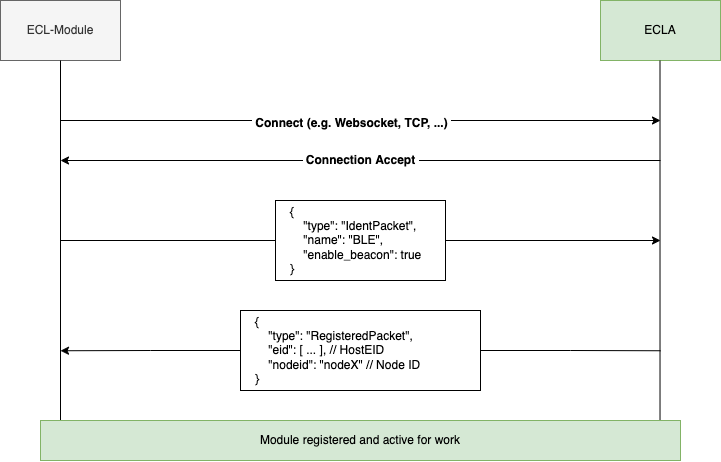
Above: doc/ecla_reg.drawio.png in dtn7/dtn7-rs (draw.io), before the change. Source tidied: cells renumbered, new cells last; positions are measured from the earlier drawing's top-left corner, leaving out a move shared by most shapes. Its diagram source:
```xml
<mxGraphModel>
  <root>
    <mxCell id="0" />
    <mxCell id="1" parent="0" />
    <mxCell id="2" value="ECL-Module" style="rounded=0;whiteSpace=wrap;html=1;fillColor=#f5f5f5;fontColor=#333333;strokeColor=#666666;" parent="1" vertex="1">
      <mxGeometry width="120" height="60" as="geometry" />
    </mxCell>
    <mxCell id="3" value="ECLA" style="rounded=0;whiteSpace=wrap;html=1;fillColor=#d5e8d4;strokeColor=#82b366;" parent="1" vertex="1">
      <mxGeometry x="600" width="120" height="60" as="geometry" />
    </mxCell>
    <mxCell id="4" style="endArrow=none;html=1;rounded=0;fontSize=12;" parent="1" edge="1">
      <mxGeometry relative="1" as="geometry">
        <mxPoint x="60" y="460" as="sourcePoint" />
        <mxPoint x="60" y="60" as="targetPoint" />
      </mxGeometry>
    </mxCell>
    <mxCell id="5" style="endArrow=none;html=1;rounded=0;fontSize=12;exitX=0.968;exitY=0;exitDx=0;exitDy=0;exitPerimeter=0;" parent="1" edge="1" source="12">
      <mxGeometry relative="1" as="geometry">
        <mxPoint x="659.5" y="60" as="targetPoint" />
      </mxGeometry>
    </mxCell>
    <mxCell id="6" style="endArrow=classic;html=1;rounded=0;fontSize=12;" parent="1" edge="1">
      <mxGeometry relative="1" as="geometry">
        <mxPoint x="60" y="120" as="sourcePoint" />
        <mxPoint x="660" y="120" as="targetPoint" />
      </mxGeometry>
    </mxCell>
    <mxCell id="7" value="&amp;nbsp;Connect (e.g. Websocket, TCP, ...)&amp;nbsp;" style="edgeLabel;html=1;align=center;verticalAlign=middle;fontSize=12;fontStyle=1;" parent="6" vertex="1">
      <mxGeometry x="-0.03" y="-2" relative="1" as="geometry" />
    </mxCell>
    <mxCell id="8" value="&amp;nbsp;Connection Accept&amp;nbsp;" style="endArrow=classic;html=1;rounded=0;fontSize=12;fontStyle=1;" parent="1" edge="1">
      <mxGeometry relative="1" as="geometry">
        <mxPoint x="660" y="160" as="sourcePoint" />
        <mxPoint x="60" y="160" as="targetPoint" />
      </mxGeometry>
    </mxCell>
    <mxCell id="9" style="endArrow=classic;html=1;rounded=0;fontSize=12;startArrow=none;" parent="1" edge="1" source="10">
      <mxGeometry relative="1" as="geometry">
        <mxPoint x="660" y="240" as="targetPoint" />
      </mxGeometry>
    </mxCell>
    <mxCell id="10" value="{&lt;br&gt;&amp;nbsp; &amp;nbsp; &quot;type&quot;: &quot;IdentPacket&quot;,&lt;br&gt;&amp;nbsp; &amp;nbsp; &quot;name&quot;: &quot;BLE&quot;,&lt;br&gt;&amp;nbsp; &amp;nbsp; &quot;enable_beacon&quot;: true&lt;br&gt;}" style="rounded=0;whiteSpace=wrap;html=1;labelBackgroundColor=none;labelBorderColor=none;fontSize=12;strokeColor=default;fillColor=default;gradientColor=none;align=left;verticalAlign=middle;spacing=15;" parent="1" vertex="1">
      <mxGeometry x="275" y="200" width="170" height="80" as="geometry" />
    </mxCell>
    <mxCell id="11" style="endArrow=none;html=1;rounded=0;fontSize=12;" parent="1" edge="1" target="10">
      <mxGeometry relative="1" as="geometry">
        <mxPoint x="60" y="240" as="sourcePoint" />
      </mxGeometry>
    </mxCell>
    <mxCell id="12" value="Module registered and active for work" style="rounded=0;whiteSpace=wrap;html=1;labelBackgroundColor=none;labelBorderColor=none;fontSize=12;strokeColor=#82b366;fillColor=#d5e8d4;align=center;verticalAlign=middle;" parent="1" vertex="1">
      <mxGeometry x="40" y="420" width="640" height="40" as="geometry" />
    </mxCell>
    <mxCell id="13" style="edgeStyle=orthogonalEdgeStyle;rounded=0;jettySize=auto;html=1;exitX=0;exitY=0.5;exitDx=0;exitDy=0;" parent="1" edge="1" source="15">
      <mxGeometry relative="1" as="geometry">
        <mxPoint x="60" y="350.2" as="targetPoint" />
      </mxGeometry>
    </mxCell>
    <mxCell id="14" style="edgeStyle=orthogonalEdgeStyle;rounded=0;jettySize=auto;html=1;exitX=1;exitY=0.5;exitDx=0;exitDy=0;endArrow=none;endFill=0;" parent="1" edge="1" source="15">
      <mxGeometry relative="1" as="geometry">
        <mxPoint x="660" y="350.2" as="targetPoint" />
      </mxGeometry>
    </mxCell>
    <mxCell id="15" value="{&lt;br&gt;&amp;nbsp; &amp;nbsp; &quot;type&quot;: &quot;RegisteredPacket&quot;,&lt;br&gt;&amp;nbsp; &amp;nbsp; &quot;eid&quot;: [ ... ], // HostEID&lt;br&gt;&amp;nbsp; &amp;nbsp; &quot;nodeid&quot;: &quot;nodeX&quot; // Node ID&lt;br&gt;}" style="rounded=0;whiteSpace=wrap;html=1;labelBackgroundColor=none;labelBorderColor=none;fontSize=12;strokeColor=default;fillColor=default;gradientColor=none;align=left;verticalAlign=middle;spacing=15;" parent="1" vertex="1">
      <mxGeometry x="240" y="310" width="240" height="80" as="geometry" />
    </mxCell>
  </root>
</mxGraphModel>
```
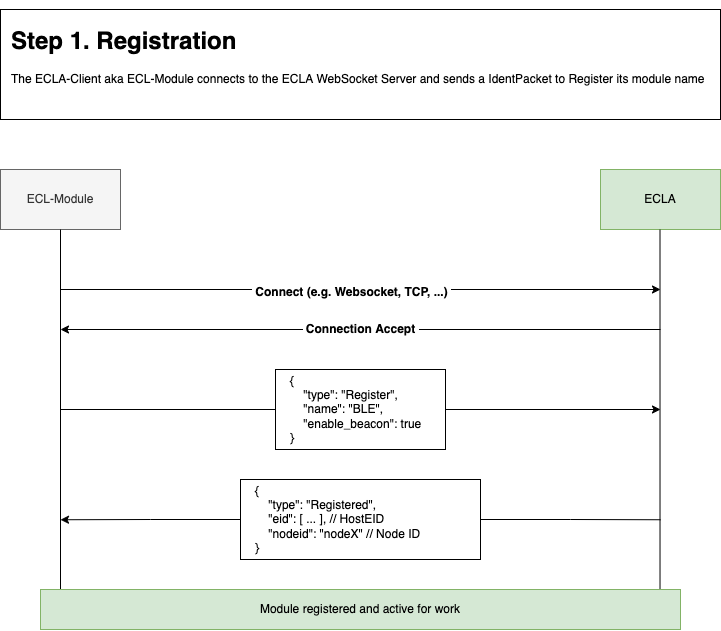
After the commit.

The edit, as a diff of the source:
```diff
@@ -2,66 +2,69 @@
   <root>
     <mxCell id="0" />
     <mxCell id="1" parent="0" />
-    <mxCell id="2" value="ECL-Module" style="rounded=0;whiteSpace=wrap;html=1;fillColor=#f5f5f5;fontColor=#333333;strokeColor=#666666;" parent="1" vertex="1">
-      <mxGeometry width="120" height="60" as="geometry" />
+    <mxCell id="2" value="&lt;h1&gt;Step 1. Registration&lt;/h1&gt;&lt;p&gt;The ECLA-Client aka ECL-Module connects to the ECLA WebSocket Server and sends a IdentPacket to Register its module name&lt;/p&gt;" style="text;html=1;spacing=11;spacingTop=-20;whiteSpace=wrap;overflow=hidden;rounded=0;fillColor=default;strokeColor=default;align=left;verticalAlign=middle;" parent="1" vertex="1">
+      <mxGeometry y="-160" width="720" height="110" as="geometry" />
     </mxCell>
-    <mxCell id="3" value="ECLA" style="rounded=0;whiteSpace=wrap;html=1;fillColor=#d5e8d4;strokeColor=#82b366;" parent="1" vertex="1">
-      <mxGeometry x="600" width="120" height="60" as="geometry" />
+    <mxCell id="3" value="ECL-Module" style="rounded=0;whiteSpace=wrap;html=1;fillColor=#f5f5f5;fontColor=#333333;strokeColor=#666666;" parent="1" vertex="1">
+      <mxGeometry width="120" height="60" as="geometry" />
     </mxCell>
-    <mxCell id="4" style="endArrow=none;html=1;rounded=0;fontSize=12;" parent="1" edge="1">
-      <mxGeometry relative="1" as="geometry">
-        <mxPoint x="60" y="460" as="sourcePoint" />
-        <mxPoint x="60" y="60" as="targetPoint" />
-      </mxGeometry>
+    <mxCell id="4" value="ECLA" style="rounded=0;whiteSpace=wrap;html=1;fillColor=#d5e8d4;strokeColor=#82b366;" parent="1" vertex="1">
+      <mxGeometry x="600" width="120" height="60" as="geometry" />
     </mxCell>
-    <mxCell id="5" style="endArrow=none;html=1;rounded=0;fontSize=12;exitX=0.968;exitY=0;exitDx=0;exitDy=0;exitPerimeter=0;" parent="1" edge="1" source="12">
+    <mxCell id="5" style="endArrow=none;html=1;rounded=0;fontSize=12;" parent="1" edge="1">
       <mxGeometry relative="1" as="geometry">
-        <mxPoint x="659.5" y="60" as="targetPoint" />
+        <mxPoint x="60" y="460" as="sourcePoint" />
+        <mxPoint x="60" y="60" as="targetPoint" />
       </mxGeometry>
     </mxCell>
-    <mxCell id="6" style="endArrow=classic;html=1;rounded=0;fontSize=12;" parent="1" edge="1">
+    <mxCell id="6" style="endArrow=none;html=1;rounded=0;fontSize=12;exitX=0.968;exitY=0;exitDx=0;exitDy=0;exitPerimeter=0;" parent="1" edge="1" source="13">
       <mxGeometry relative="1" as="geometry">
-        <mxPoint x="60" y="120" as="sourcePoint" />
-        <mxPoint x="660" y="120" as="targetPoint" />
+        <mxPoint x="659.5" y="60" as="targetPoint" />
       </mxGeometry>
     </mxCell>
-    <mxCell id="7" value="&amp;nbsp;Connect (e.g. Websocket, TCP, ...)&amp;nbsp;" style="edgeLabel;html=1;align=center;verticalAlign=middle;fontSize=12;fontStyle=1;" parent="6" vertex="1">
-      <mxGeometry x="-0.03" y="-2" relative="1" as="geometry" />
+    <mxCell id="7" style="endArrow=classic;html=1;rounded=0;fontSize=12;" parent="1" edge="1">
+      <mxGeometry relative="1" as="geometry">
+        <mxPoint x="60" y="120" as="sourcePoint" />
+        <mxPoint x="660" y="120" as="targetPoint" />
+      </mxGeometry>
     </mxCell>
-    <mxCell id="8" value="&amp;nbsp;Connection Accept&amp;nbsp;" style="endArrow=classic;html=1;rounded=0;fontSize=12;fontStyle=1;" parent="1" edge="1">
-      <mxGeometry relative="1" as="geometry">
-        <mxPoint x="660" y="160" as="sourcePoint" />
-        <mxPoint x="60" y="160" as="targetPoint" />
-      </mxGeometry>
+    <mxCell id="8" value="&amp;nbsp;Connect (e.g. Websocket, TCP, ...)&amp;nbsp;" style="edgeLabel;html=1;align=center;verticalAlign=middle;fontSize=12;fontStyle=1;" parent="7" vertex="1">
+      <mxGeometry x="-0.03" y="-2" relative="1" as="geometry" />
     </mxCell>
-    <mxCell id="9" style="endArrow=classic;html=1;rounded=0;fontSize=12;startArrow=none;" parent="1" edge="1" source="10">
+    <mxCell id="9" value="&amp;nbsp;Connection Accept&amp;nbsp;" style="endArrow=classic;html=1;rounded=0;fontSize=12;fontStyle=1;" parent="1" edge="1">
       <mxGeometry relative="1" as="geometry">
-        <mxPoint x="660" y="240" as="targetPoint" />
+        <mxPoint x="660" y="160" as="sourcePoint" />
+        <mxPoint x="60" y="160" as="targetPoint" />
       </mxGeometry>
     </mxCell>
-    <mxCell id="10" value="{&lt;br&gt;&amp;nbsp; &amp;nbsp; &quot;type&quot;: &quot;IdentPacket&quot;,&lt;br&gt;&amp;nbsp; &amp;nbsp; &quot;name&quot;: &quot;BLE&quot;,&lt;br&gt;&amp;nbsp; &amp;nbsp; &quot;enable_beacon&quot;: true&lt;br&gt;}" style="rounded=0;whiteSpace=wrap;html=1;labelBackgroundColor=none;labelBorderColor=none;fontSize=12;strokeColor=default;fillColor=default;gradientColor=none;align=left;verticalAlign=middle;spacing=15;" parent="1" vertex="1">
-      <mxGeometry x="275" y="200" width="170" height="80" as="geometry" />
+    <mxCell id="10" style="endArrow=classic;html=1;rounded=0;fontSize=12;startArrow=none;" parent="1" edge="1" source="11">
+      <mxGeometry relative="1" as="geometry">
+        <mxPoint x="660" y="240" as="targetPoint" />
+      </mxGeometry>
     </mxCell>
-    <mxCell id="11" style="endArrow=none;html=1;rounded=0;fontSize=12;" parent="1" edge="1" target="10">
-      <mxGeometry relative="1" as="geometry">
-        <mxPoint x="60" y="240" as="sourcePoint" />
-      </mxGeometry>
+    <mxCell id="11" value="{&lt;br&gt;&amp;nbsp; &amp;nbsp; &quot;type&quot;: &quot;Register&quot;,&lt;br&gt;&amp;nbsp; &amp;nbsp; &quot;name&quot;: &quot;BLE&quot;,&lt;br&gt;&amp;nbsp; &amp;nbsp; &quot;enable_beacon&quot;: true&lt;br&gt;}" style="rounded=0;whiteSpace=wrap;html=1;labelBackgroundColor=none;labelBorderColor=none;fontSize=12;strokeColor=default;fillColor=default;gradientColor=none;align=left;verticalAlign=middle;spacing=15;" parent="1" vertex="1">
+      <mxGeometry x="275" y="200" width="170" height="80" as="geometry" />
     </mxCell>
-    <mxCell id="12" value="Module registered and active for work" style="rounded=0;whiteSpace=wrap;html=1;labelBackgroundColor=none;labelBorderColor=none;fontSize=12;strokeColor=#82b366;fillColor=#d5e8d4;align=center;verticalAlign=middle;" parent="1" vertex="1">
-      <mxGeometry x="40" y="420" width="640" height="40" as="geometry" />
+    <mxCell id="12" style="endArrow=none;html=1;rounded=0;fontSize=12;" parent="1" edge="1" target="11">
+      <mxGeometry relative="1" as="geometry">
+        <mxPoint x="60" y="240" as="sourcePoint" />
+      </mxGeometry>
     </mxCell>
-    <mxCell id="13" style="edgeStyle=orthogonalEdgeStyle;rounded=0;jettySize=auto;html=1;exitX=0;exitY=0.5;exitDx=0;exitDy=0;" parent="1" edge="1" source="15">
-      <mxGeometry relative="1" as="geometry">
-        <mxPoint x="60" y="350.2" as="targetPoint" />
-      </mxGeometry>
+    <mxCell id="13" value="Module registered and active for work" style="rounded=0;whiteSpace=wrap;html=1;labelBackgroundColor=none;labelBorderColor=none;fontSize=12;strokeColor=#82b366;fillColor=#d5e8d4;align=center;verticalAlign=middle;" parent="1" vertex="1">
+      <mxGeometry x="40" y="420" width="640" height="40" as="geometry" />
     </mxCell>
-    <mxCell id="14" style="edgeStyle=orthogonalEdgeStyle;rounded=0;jettySize=auto;html=1;exitX=1;exitY=0.5;exitDx=0;exitDy=0;endArrow=none;endFill=0;" parent="1" edge="1" source="15">
+    <mxCell id="14" style="edgeStyle=orthogonalEdgeStyle;rounded=0;jettySize=auto;html=1;exitX=0;exitY=0.5;exitDx=0;exitDy=0;" parent="1" edge="1" source="16">
       <mxGeometry relative="1" as="geometry">
-        <mxPoint x="660" y="350.2" as="targetPoint" />
+        <mxPoint x="60" y="350.2" as="targetPoint" />
       </mxGeometry>
     </mxCell>
-    <mxCell id="15" value="{&lt;br&gt;&amp;nbsp; &amp;nbsp; &quot;type&quot;: &quot;RegisteredPacket&quot;,&lt;br&gt;&amp;nbsp; &amp;nbsp; &quot;eid&quot;: [ ... ], // HostEID&lt;br&gt;&amp;nbsp; &amp;nbsp; &quot;nodeid&quot;: &quot;nodeX&quot; // Node ID&lt;br&gt;}" style="rounded=0;whiteSpace=wrap;html=1;labelBackgroundColor=none;labelBorderColor=none;fontSize=12;strokeColor=default;fillColor=default;gradientColor=none;align=left;verticalAlign=middle;spacing=15;" parent="1" vertex="1">
-      <mxGeometry x="240" y="310" width="240" height="80" as="geometry" />
+    <mxCell id="15" style="edgeStyle=orthogonalEdgeStyle;rounded=0;jettySize=auto;html=1;exitX=1;exitY=0.5;exitDx=0;exitDy=0;endArrow=none;endFill=0;" parent="1" edge="1" source="16">
+      <mxGeometry relative="1" as="geometry">
+        <mxPoint x="660" y="350.2" as="targetPoint" />
+      </mxGeometry>
     </mxCell>
+    <mxCell id="16" value="{&lt;br&gt;&amp;nbsp; &amp;nbsp; &quot;type&quot;: &quot;Registered&quot;,&lt;br&gt;&amp;nbsp; &amp;nbsp; &quot;eid&quot;: [ ... ], // HostEID&lt;br&gt;&amp;nbsp; &amp;nbsp; &quot;nodeid&quot;: &quot;nodeX&quot; // Node ID&lt;br&gt;}" style="rounded=0;whiteSpace=wrap;html=1;labelBackgroundColor=none;labelBorderColor=none;fontSize=12;strokeColor=default;fillColor=default;gradientColor=none;align=left;verticalAlign=middle;spacing=15;" parent="1" vertex="1">
+      <mxGeometry x="240" y="310" width="240" height="80" as="geometry" />
+    </mxCell>
   </root>
 </mxGraphModel>
```
